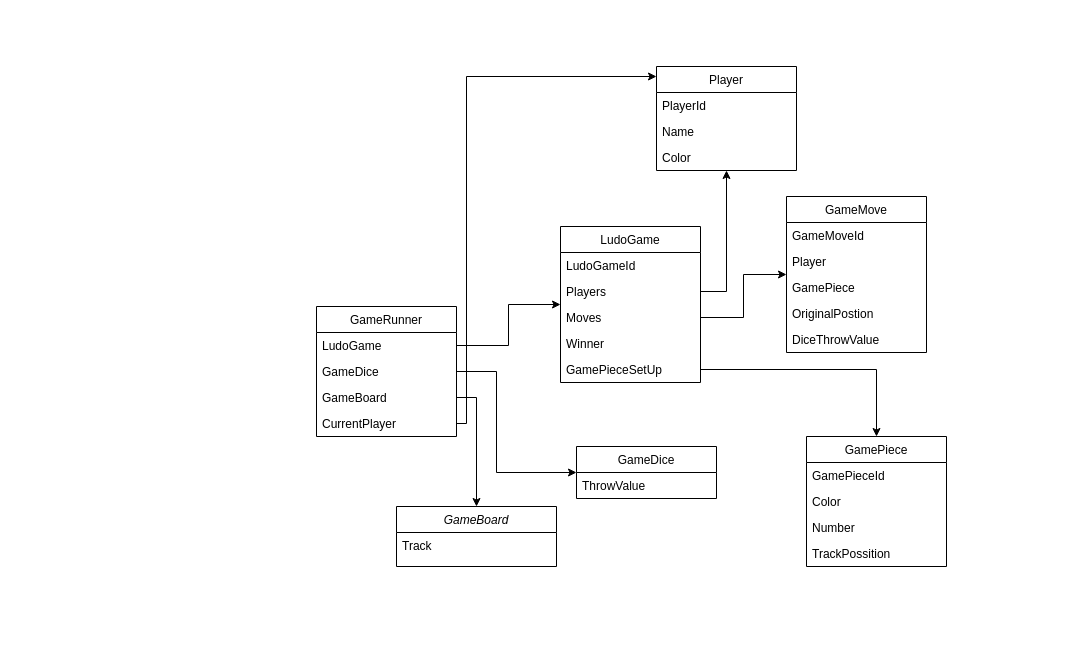
Earlier version of the draw.io diagram Documentation/CRCDiagram.drawio (PGVSNH20/ludo-game-ludo1). Source tidied: cells renumbered, new cells numbered last; positions are measured from the earlier drawing's top-left corner, leaving out a move shared by most shapes. Both pictures are drawn from the tidied source at 100%, with x=0, y=0 at pixel (316, 66).
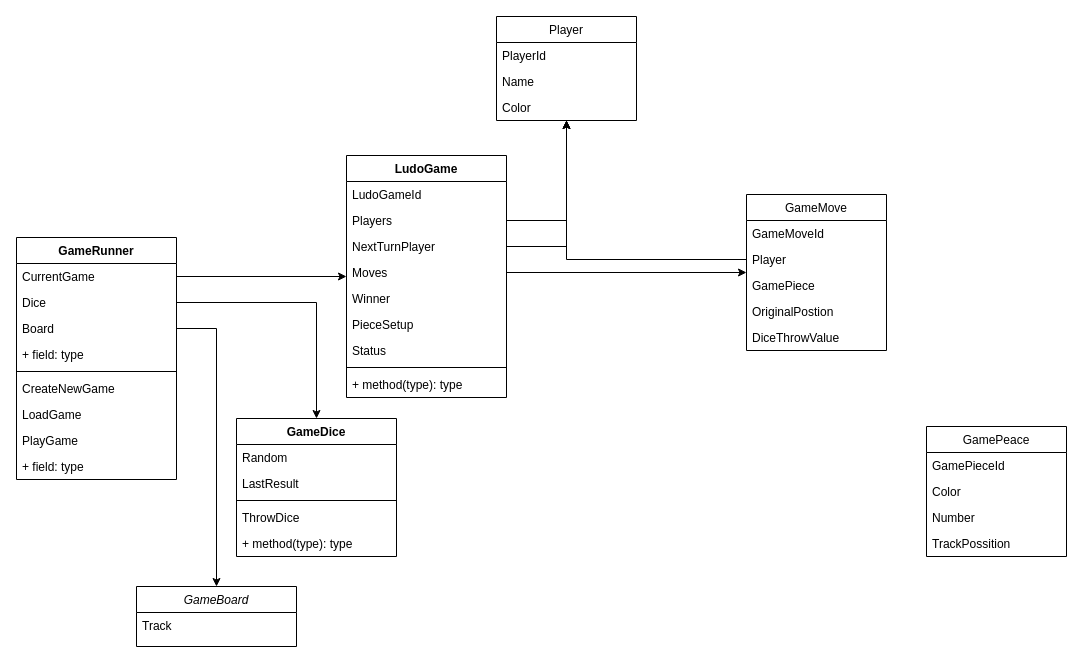
After the change.

The change refers to these unchanged cells:
```xml
<mxCell id="8" value="Player" style="text;strokeColor=none;fillColor=none;align=left;verticalAlign=top;spacingLeft=4;spacingRight=4;overflow=hidden;points=[[0,0.5],[1,0.5]];portConstraint=eastwest;" parent="6" vertex="1">
  <mxGeometry y="52" width="140" height="26" as="geometry" />
</mxCell>
```

The edit, as a diff of the source:
```diff
@@
     <mxCell id="2" value="GameBoard" style="swimlane;fontStyle=2;align=center;verticalAlign=top;horizontal=1;startSize=26;rounded=0;shadow=0;strokeWidth=1;" parent="1" vertex="1">
-      <mxGeometry x="80" y="440" width="160" height="60" as="geometry" />
+      <mxGeometry x="-180" y="520" width="160" height="60" as="geometry" />
     </mxCell>
@@
-    <mxCell id="4" value="GameDice" style="swimlane;fontStyle=0;horizontal=1;startSize=26;fillColor=none;" parent="1" vertex="1">
-      <mxGeometry x="260" y="380" width="140" height="52" as="geometry" />
-    </mxCell>
-    <mxCell id="5" value="ThrowValue" style="text;strokeColor=none;fillColor=none;align=left;verticalAlign=top;spacingLeft=4;spacingRight=4;overflow=hidden;" parent="4" vertex="1">
-      <mxGeometry y="26" width="140" height="26" as="geometry" />
-    </mxCell>
     <mxCell id="6" value="GameMove" style="swimlane;fontStyle=0;horizontal=1;startSize=26;fillColor=none;" parent="1" vertex="1">
-      <mxGeometry x="470" y="130" width="140" height="156" as="geometry" />
+      <mxGeometry x="430" y="128" width="140" height="156" as="geometry" />
     </mxCell>
@@
-    <mxCell id="12" value="GamePiece" style="swimlane;fontStyle=0;horizontal=1;startSize=26;fillColor=none;" parent="1" vertex="1">
-      <mxGeometry x="490" y="370" width="140" height="130" as="geometry" />
+    <mxCell id="12" value="GamePeace" style="swimlane;fontStyle=0;horizontal=1;startSize=26;fillColor=none;" parent="1" vertex="1">
+      <mxGeometry x="610" y="360" width="140" height="130" as="geometry" />
     </mxCell>
@@
-    <mxCell id="17" value="LudoGame" style="swimlane;fontStyle=0;horizontal=1;startSize=26;fillColor=none;" parent="1" vertex="1">
-      <mxGeometry x="244" y="160" width="140" height="156" as="geometry" />
-    </mxCell>
-    <mxCell id="18" value="LudoGameId" style="text;strokeColor=none;fillColor=none;align=left;verticalAlign=top;spacingLeft=4;spacingRight=4;overflow=hidden;" parent="17" vertex="1">
-      <mxGeometry y="26" width="140" height="26" as="geometry" />
-    </mxCell>
-    <mxCell id="19" value="Players" style="text;strokeColor=none;fillColor=none;align=left;verticalAlign=top;spacingLeft=4;spacingRight=4;overflow=hidden;points=[[0,0.5],[1,0.5]];portConstraint=eastwest;" parent="17" vertex="1">
-      <mxGeometry y="52" width="140" height="26" as="geometry" />
-    </mxCell>
-    <mxCell id="20" value="Moves" style="text;strokeColor=none;fillColor=none;align=left;verticalAlign=top;spacingLeft=4;spacingRight=4;overflow=hidden;points=[[0,0.5],[1,0.5]];portConstraint=eastwest;" parent="17" vertex="1">
-      <mxGeometry y="78" width="140" height="26" as="geometry" />
-    </mxCell>
-    <mxCell id="21" value="Winner" style="text;strokeColor=none;fillColor=none;align=left;verticalAlign=top;spacingLeft=4;spacingRight=4;overflow=hidden;" parent="17" vertex="1">
-      <mxGeometry y="104" width="140" height="26" as="geometry" />
-    </mxCell>
-    <mxCell id="22" value="GamePieceSetUp" style="text;strokeColor=none;fillColor=none;align=left;verticalAlign=top;spacingLeft=4;spacingRight=4;overflow=hidden;points=[[0,0.5],[1,0.5]];portConstraint=eastwest;" parent="17" vertex="1">
-      <mxGeometry y="130" width="140" height="26" as="geometry" />
-    </mxCell>
     <mxCell id="23" value="Player" style="swimlane;fontStyle=0;horizontal=1;startSize=26;fillColor=none;" parent="1" vertex="1">
-      <mxGeometry x="340" width="140" height="104" as="geometry" />
+      <mxGeometry x="180" y="-50" width="140" height="104" as="geometry" />
     </mxCell>
@@
+    <mxCell id="36" style="edgeStyle=orthogonalEdgeStyle;rounded=0;jettySize=auto;html=1;" parent="1" edge="1" source="41" target="2">
+      <mxGeometry relative="1" as="geometry" />
+    </mxCell>
-    <mxCell id="27" value="GameRunner" style="swimlane;fontStyle=0;horizontal=1;startSize=26;fillColor=none;" parent="1" vertex="1">
-      <mxGeometry y="240" width="140" height="130" as="geometry" />
+    <mxCell id="27" value="GameRunner" style="swimlane;fontStyle=1;align=center;verticalAlign=top;horizontal=1;startSize=26;" parent="1" vertex="1">
+      <mxGeometry x="-300" y="171" width="160" height="242" as="geometry" />
     </mxCell>
-    <mxCell id="28" value="LudoGame" style="text;strokeColor=none;fillColor=none;align=left;verticalAlign=top;spacingLeft=4;spacingRight=4;overflow=hidden;points=[[0,0.5],[1,0.5]];portConstraint=eastwest;" parent="27" vertex="1">
-      <mxGeometry y="26" width="140" height="26" as="geometry" />
-    </mxCell>
-    <mxCell id="29" value="GameDice" style="text;strokeColor=none;fillColor=none;align=left;verticalAlign=top;spacingLeft=4;spacingRight=4;overflow=hidden;points=[[0,0.5],[1,0.5]];portConstraint=eastwest;" parent="27" vertex="1">
-      <mxGeometry y="52" width="140" height="26" as="geometry" />
-    </mxCell>
-    <mxCell id="30" value="GameBoard" style="text;strokeColor=none;fillColor=none;align=left;verticalAlign=top;spacingLeft=4;spacingRight=4;overflow=hidden;points=[[0,0.5],[1,0.5]];portConstraint=eastwest;" parent="27" vertex="1">
-      <mxGeometry y="78" width="140" height="26" as="geometry" />
-    </mxCell>
-    <mxCell id="31" value="CurrentPlayer" style="text;strokeColor=none;fillColor=none;align=left;verticalAlign=top;spacingLeft=4;spacingRight=4;overflow=hidden;points=[[0,0.5],[1,0.5]];portConstraint=eastwest;" parent="27" vertex="1">
-      <mxGeometry y="104" width="140" height="26" as="geometry" />
-    </mxCell>
-    <mxCell id="32" style="edgeStyle=orthogonalEdgeStyle;rounded=0;jettySize=auto;html=1;" parent="1" edge="1" source="28" target="17">
-      <mxGeometry relative="1" as="geometry" />
-    </mxCell>
-    <mxCell id="33" style="edgeStyle=orthogonalEdgeStyle;rounded=0;jettySize=auto;html=1;" parent="1" edge="1" source="29" target="4">
-      <mxGeometry relative="1" as="geometry">
-        <Array as="points">
-          <mxPoint x="180" y="305" />
-          <mxPoint x="180" y="406" />
-        </Array>
-      </mxGeometry>
-    </mxCell>
-    <mxCell id="34" style="edgeStyle=orthogonalEdgeStyle;rounded=0;jettySize=auto;html=1;" parent="1" edge="1" source="22" target="12">
-      <mxGeometry relative="1" as="geometry" />
-    </mxCell>
+    <mxCell id="39" value="CurrentGame" style="text;strokeColor=none;fillColor=none;align=left;verticalAlign=top;spacingLeft=4;spacingRight=4;overflow=hidden;points=[[0,0.5],[1,0.5]];portConstraint=eastwest;" parent="27" vertex="1">
+      <mxGeometry y="26" width="160" height="26" as="geometry" />
+    </mxCell>
+    <mxCell id="40" value="Dice" style="text;strokeColor=none;fillColor=none;align=left;verticalAlign=top;spacingLeft=4;spacingRight=4;overflow=hidden;points=[[0,0.5],[1,0.5]];portConstraint=eastwest;" parent="27" vertex="1">
+      <mxGeometry y="52" width="160" height="26" as="geometry" />
+    </mxCell>
+    <mxCell id="41" value="Board" style="text;strokeColor=none;fillColor=none;align=left;verticalAlign=top;spacingLeft=4;spacingRight=4;overflow=hidden;points=[[0,0.5],[1,0.5]];portConstraint=eastwest;" parent="27" vertex="1">
+      <mxGeometry y="78" width="160" height="26" as="geometry" />
+    </mxCell>
+    <mxCell id="42" value="+ field: type" style="text;strokeColor=none;fillColor=none;align=left;verticalAlign=top;spacingLeft=4;spacingRight=4;overflow=hidden;" parent="27" vertex="1">
+      <mxGeometry y="104" width="160" height="26" as="geometry" />
+    </mxCell>
+    <mxCell id="43" style="line;strokeWidth=1;fillColor=none;align=left;verticalAlign=middle;spacingTop=-1;spacingLeft=3;spacingRight=3;labelPosition=right;" parent="27" vertex="1">
+      <mxGeometry y="130" width="160" height="8" as="geometry" />
+    </mxCell>
+    <mxCell id="44" value="CreateNewGame" style="text;strokeColor=none;fillColor=none;align=left;verticalAlign=top;spacingLeft=4;spacingRight=4;overflow=hidden;" parent="27" vertex="1">
+      <mxGeometry y="138" width="160" height="26" as="geometry" />
+    </mxCell>
+    <mxCell id="45" value="LoadGame" style="text;strokeColor=none;fillColor=none;align=left;verticalAlign=top;spacingLeft=4;spacingRight=4;overflow=hidden;" parent="27" vertex="1">
+      <mxGeometry y="164" width="160" height="26" as="geometry" />
+    </mxCell>
+    <mxCell id="46" value="PlayGame" style="text;strokeColor=none;fillColor=none;align=left;verticalAlign=top;spacingLeft=4;spacingRight=4;overflow=hidden;" parent="27" vertex="1">
+      <mxGeometry y="190" width="160" height="26" as="geometry" />
+    </mxCell>
+    <mxCell id="47" value="+ field: type" style="text;strokeColor=none;fillColor=none;align=left;verticalAlign=top;spacingLeft=4;spacingRight=4;overflow=hidden;" parent="27" vertex="1">
+      <mxGeometry y="216" width="160" height="26" as="geometry" />
+    </mxCell>
+    <mxCell id="48" value="LudoGame" style="swimlane;fontStyle=1;align=center;verticalAlign=top;horizontal=1;startSize=26;" parent="1" vertex="1">
+      <mxGeometry x="30" y="89" width="160" height="242" as="geometry" />
+    </mxCell>
+    <mxCell id="18" value="LudoGameId" style="text;strokeColor=none;fillColor=none;align=left;verticalAlign=top;spacingLeft=4;spacingRight=4;overflow=hidden;" parent="48" vertex="1">
+      <mxGeometry y="26" width="160" height="26" as="geometry" />
+    </mxCell>
+    <mxCell id="19" value="Players" style="text;strokeColor=none;fillColor=none;align=left;verticalAlign=top;spacingLeft=4;spacingRight=4;overflow=hidden;points=[[0,0.5],[1,0.5]];portConstraint=eastwest;" parent="48" vertex="1">
+      <mxGeometry y="52" width="160" height="26" as="geometry" />
+    </mxCell>
+    <mxCell id="49" value="NextTurnPlayer" style="text;strokeColor=none;fillColor=none;align=left;verticalAlign=top;spacingLeft=4;spacingRight=4;overflow=hidden;points=[[0,0.5],[1,0.5]];portConstraint=eastwest;" parent="48" vertex="1">
+      <mxGeometry y="78" width="160" height="26" as="geometry" />
+    </mxCell>
+    <mxCell id="20" value="Moves" style="text;strokeColor=none;fillColor=none;align=left;verticalAlign=top;spacingLeft=4;spacingRight=4;overflow=hidden;points=[[0,0.5],[1,0.5]];portConstraint=eastwest;" parent="48" vertex="1">
+      <mxGeometry y="104" width="160" height="26" as="geometry" />
+    </mxCell>
+    <mxCell id="21" value="Winner" style="text;strokeColor=none;fillColor=none;align=left;verticalAlign=top;spacingLeft=4;spacingRight=4;overflow=hidden;" parent="48" vertex="1">
+      <mxGeometry y="130" width="160" height="26" as="geometry" />
+    </mxCell>
+    <mxCell id="50" value="PieceSetup" style="text;strokeColor=none;fillColor=none;align=left;verticalAlign=top;spacingLeft=4;spacingRight=4;overflow=hidden;" parent="48" vertex="1">
+      <mxGeometry y="156" width="160" height="26" as="geometry" />
+    </mxCell>
+    <mxCell id="51" value="Status" style="text;strokeColor=none;fillColor=none;align=left;verticalAlign=top;spacingLeft=4;spacingRight=4;overflow=hidden;" parent="48" vertex="1">
+      <mxGeometry y="182" width="160" height="26" as="geometry" />
+    </mxCell>
+    <mxCell id="52" style="line;strokeWidth=1;fillColor=none;align=left;verticalAlign=middle;spacingTop=-1;spacingLeft=3;spacingRight=3;labelPosition=right;" parent="48" vertex="1">
+      <mxGeometry y="208" width="160" height="8" as="geometry" />
+    </mxCell>
+    <mxCell id="53" value="+ method(type): type" style="text;strokeColor=none;fillColor=none;align=left;verticalAlign=top;spacingLeft=4;spacingRight=4;overflow=hidden;" parent="48" vertex="1">
+      <mxGeometry y="216" width="160" height="26" as="geometry" />
+    </mxCell>
+    <mxCell id="37" style="edgeStyle=orthogonalEdgeStyle;rounded=0;jettySize=auto;html=1;" parent="1" edge="1" source="19" target="23">
+      <mxGeometry relative="1" as="geometry" />
+    </mxCell>
@@
-    <mxCell id="36" style="edgeStyle=orthogonalEdgeStyle;rounded=0;jettySize=auto;html=1;" parent="1" edge="1" source="30" target="2">
-      <mxGeometry relative="1" as="geometry" />
-    </mxCell>
-    <mxCell id="37" style="edgeStyle=orthogonalEdgeStyle;rounded=0;jettySize=auto;html=1;" parent="1" edge="1" source="19" target="23">
-      <mxGeometry relative="1" as="geometry" />
-    </mxCell>
-    <mxCell id="38" style="edgeStyle=orthogonalEdgeStyle;rounded=0;jettySize=auto;html=1;" parent="1" edge="1" source="31" target="23">
-      <mxGeometry relative="1" as="geometry">
-        <Array as="points">
-          <mxPoint x="150" y="357" />
-          <mxPoint x="150" y="10" />
-        </Array>
-      </mxGeometry>
-    </mxCell>
+    <mxCell id="54" style="edgeStyle=orthogonalEdgeStyle;rounded=0;jettySize=auto;html=1;" parent="1" edge="1" source="39" target="48">
+      <mxGeometry relative="1" as="geometry" />
+    </mxCell>
+    <mxCell id="55" style="edgeStyle=orthogonalEdgeStyle;rounded=0;jettySize=auto;html=1;" parent="1" edge="1" source="49" target="23">
+      <mxGeometry relative="1" as="geometry" />
+    </mxCell>
+    <mxCell id="56" style="edgeStyle=orthogonalEdgeStyle;rounded=0;jettySize=auto;html=1;" parent="1" edge="1" source="8" target="23">
+      <mxGeometry relative="1" as="geometry" />
+    </mxCell>
+    <mxCell id="57" value="GameDice" style="swimlane;fontStyle=1;align=center;verticalAlign=top;horizontal=1;startSize=26;" parent="1" vertex="1">
+      <mxGeometry x="-80" y="352" width="160" height="138" as="geometry" />
+    </mxCell>
+    <mxCell id="58" value="Random" style="text;strokeColor=none;fillColor=none;align=left;verticalAlign=top;spacingLeft=4;spacingRight=4;overflow=hidden;" parent="57" vertex="1">
+      <mxGeometry y="26" width="160" height="26" as="geometry" />
+    </mxCell>
+    <mxCell id="59" value="LastResult" style="text;strokeColor=none;fillColor=none;align=left;verticalAlign=top;spacingLeft=4;spacingRight=4;overflow=hidden;" parent="57" vertex="1">
+      <mxGeometry y="52" width="160" height="26" as="geometry" />
+    </mxCell>
+    <mxCell id="60" style="line;strokeWidth=1;fillColor=none;align=left;verticalAlign=middle;spacingTop=-1;spacingLeft=3;spacingRight=3;labelPosition=right;" parent="57" vertex="1">
+      <mxGeometry y="78" width="160" height="8" as="geometry" />
+    </mxCell>
+    <mxCell id="61" value="ThrowDice" style="text;strokeColor=none;fillColor=none;align=left;verticalAlign=top;spacingLeft=4;spacingRight=4;overflow=hidden;" parent="57" vertex="1">
+      <mxGeometry y="86" width="160" height="26" as="geometry" />
+    </mxCell>
+    <mxCell id="62" value="+ method(type): type" style="text;strokeColor=none;fillColor=none;align=left;verticalAlign=top;spacingLeft=4;spacingRight=4;overflow=hidden;" parent="57" vertex="1">
+      <mxGeometry y="112" width="160" height="26" as="geometry" />
+    </mxCell>
+    <mxCell id="63" style="edgeStyle=orthogonalEdgeStyle;rounded=0;jettySize=auto;html=1;" parent="1" edge="1" source="40" target="57">
+      <mxGeometry relative="1" as="geometry" />
+    </mxCell>
```
